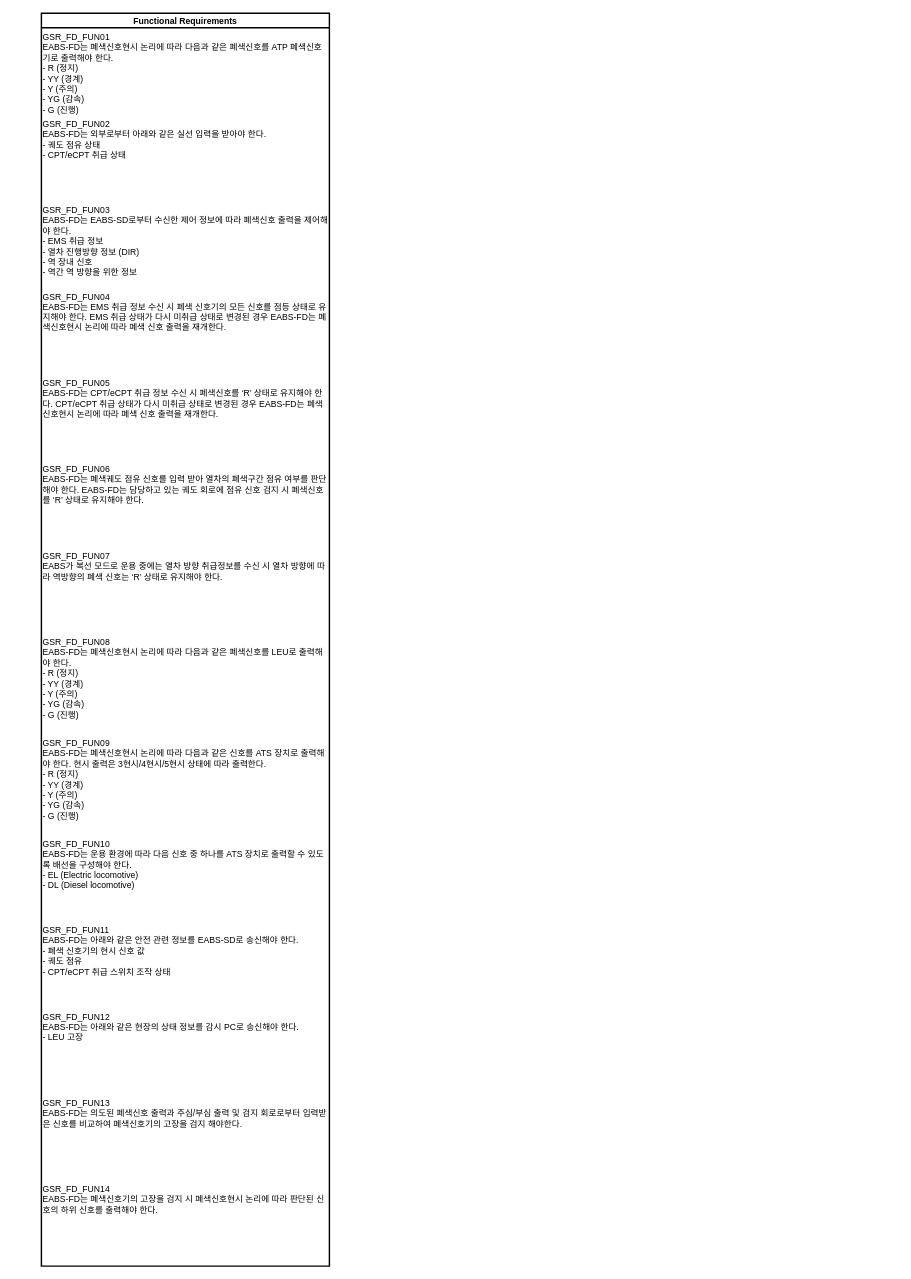
This is page "Blocking signal control(FD)" (6 of 7) of EABS_SIL4/FCPU/SRS_to_Block_Diagram00.drawio from chillin2/MyDraw.io, a draw.io file, before an edit. Source tidied: cells renumbered, new cells numbered last; positions are measured from the earlier drawing's top-left corner, leaving out a move shared by most shapes. Both pictures are drawn from the tidied source at 72%, with x=0, y=0 at pixel (41, 13).
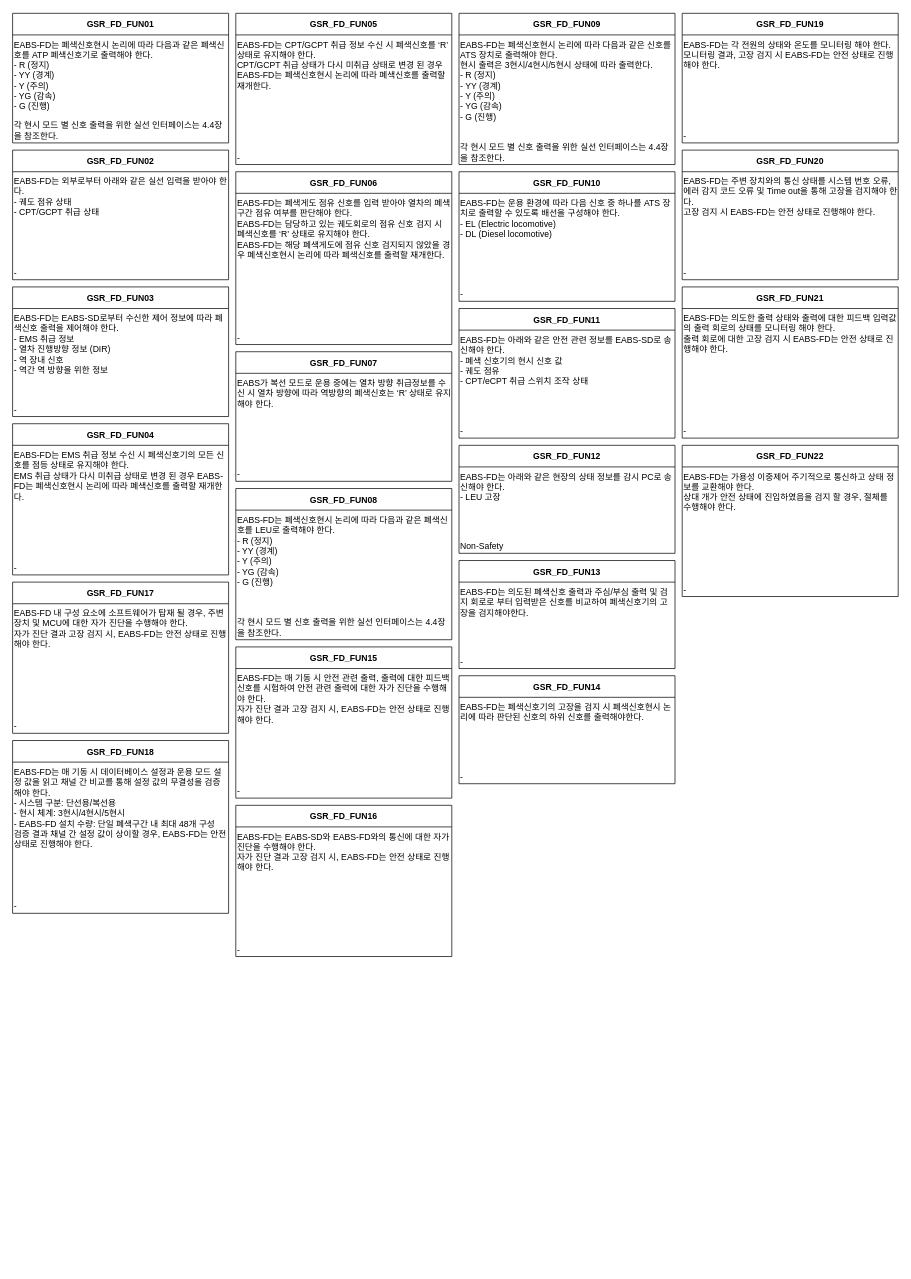
The same page after the edit.

What changed in the source:
```diff
@@
-    <mxCell id="2" value="Functional Requirements" style="swimlane;horizontal=1;startSize=20;strokeWidth=2;" parent="1" vertex="1">
-      <mxGeometry width="400" height="1740" as="geometry" />
-    </mxCell>
-    <mxCell id="3" value="GSR_FD_FUN01&#10;EABS-FD는 폐색신호현시 논리에 따라 다음과 같은 폐색신호를 ATP 폐색신호기로 출력해야 한다.&#10;- R (정지)&#10;- YY (경계)&#10;- Y (주의)&#10;- YG (감속)&#10;- G (진행)" style="text;strokeColor=none;fillColor=none;whiteSpace=wrap;" parent="2" vertex="1">
-      <mxGeometry y="20" width="400" height="120" as="geometry" />
-    </mxCell>
-    <mxCell id="4" value="GSR_FD_FUN02&#10;EABS-FD는 외부로부터 아래와 같은 실선 입력을 받아야 한다.&#10;- 궤도 점유 상태&#10;- CPT/eCPT 취급 상태" style="text;strokeColor=none;fillColor=none;whiteSpace=wrap;" parent="2" vertex="1">
-      <mxGeometry y="140" width="400" height="120" as="geometry" />
-    </mxCell>
-    <mxCell id="5" value="GSR_FD_FUN03&#10;EABS-FD는 EABS-SD로부터 수신한 제어 정보에 따라 폐색신호 출력을 제어해야 한다.&#10;- EMS 취급 정보&#10;- 열차 진행방향 정보 (DIR)&#10;- 역 장내 신호&#10;- 역간 역 방향을 위한 정보" style="text;strokeColor=none;fillColor=none;whiteSpace=wrap;" parent="2" vertex="1">
-      <mxGeometry y="260" width="400" height="120" as="geometry" />
-    </mxCell>
-    <mxCell id="6" value="GSR_FD_FUN04&#10;EABS-FD는 EMS 취급 정보 수신 시 폐색 신호기의 모든 신호를 점등 상태로 유지해야 한다. EMS 취급 상태가 다시 미취급 상태로 변경된 경우 EABS-FD는 폐색신호현시 논리에 따라 폐색 신호 출력을 재개한다." style="text;strokeColor=none;fillColor=none;whiteSpace=wrap;" parent="2" vertex="1">
-      <mxGeometry y="380" width="400" height="120" as="geometry" />
-    </mxCell>
-    <mxCell id="7" value="GSR_FD_FUN05&#10;EABS-FD는 CPT/eCPT 취급 정보 수신 시 폐색신호를 ‘R’ 상태로 유지해야 한다. CPT/eCPT 취급 상태가 다시 미취급 상태로 변경된 경우 EABS-FD는 폐색신호현시 논리에 따라 폐색 신호 출력을 재개한다." style="text;strokeColor=none;fillColor=none;whiteSpace=wrap;" parent="2" vertex="1">
-      <mxGeometry y="500" width="400" height="120" as="geometry" />
-    </mxCell>
-    <mxCell id="8" value="GSR_FD_FUN06&#10;EABS-FD는 폐색궤도 점유 신호를 입력 받아 열차의 폐색구간 점유 여부를 판단해야 한다. EABS-FD는 담당하고 있는 궤도 회로에 점유 신호 검지 시 폐색신호를 ‘R’ 상태로 유지해야 한다." style="text;strokeColor=none;fillColor=none;whiteSpace=wrap;" parent="2" vertex="1">
-      <mxGeometry y="620" width="400" height="120" as="geometry" />
-    </mxCell>
-    <mxCell id="9" value="GSR_FD_FUN07&#10;EABS가 복선 모드로 운용 중에는 열차 방향 취급정보를 수신 시 열차 방향에 따라 역방향의 폐색 신호는 ‘R’ 상태로 유지해야 한다." style="text;strokeColor=none;fillColor=none;whiteSpace=wrap;" parent="2" vertex="1">
-      <mxGeometry y="740" width="400" height="120" as="geometry" />
-    </mxCell>
-    <mxCell id="10" value="GSR_FD_FUN08&#10;EABS-FD는 폐색신호현시 논리에 따라 다음과 같은 폐색신호를 LEU로 출력해야 한다.&#10;- R (정지)&#10;- YY (경계)&#10;- Y (주의)&#10;- YG (감속)&#10;- G (진행)" style="text;strokeColor=none;fillColor=none;whiteSpace=wrap;" parent="2" vertex="1">
-      <mxGeometry y="860" width="400" height="140" as="geometry" />
-    </mxCell>
-    <mxCell id="11" value="GSR_FD_FUN09&#10;EABS-FD는 폐색신호현시 논리에 따라 다음과 같은 신호를 ATS 장치로 출력해야 한다. 현시 출력은 3현시/4현시/5현시 상태에 따라 출력한다.&#10;- R (정지)&#10;- YY (경계)&#10;- Y (주의)&#10;- YG (감속)&#10;- G (진행)" style="text;strokeColor=none;fillColor=none;whiteSpace=wrap;" parent="2" vertex="1">
-      <mxGeometry y="1000" width="400" height="140" as="geometry" />
-    </mxCell>
-    <mxCell id="12" value="GSR_FD_FUN10&#10;EABS-FD는 운용 환경에 따라 다음 신호 중 하나를 ATS 장치로 출력할 수 있도록 배선을 구성해야 한다.&#10;- EL (Electric locomotive)&#10;- DL (Diesel locomotive)" style="text;strokeColor=none;fillColor=none;whiteSpace=wrap;" parent="2" vertex="1">
-      <mxGeometry y="1140" width="400" height="120" as="geometry" />
-    </mxCell>
-    <mxCell id="13" value="GSR_FD_FUN11&#10;EABS-FD는 아래와 같은 안전 관련 정보를 EABS-SD로 송신해야 한다.&#10;- 폐색 신호기의 현시 신호 값&#10;- 궤도 점유&#10;- CPT/eCPT 취급 스위치 조작 상태" style="text;strokeColor=none;fillColor=none;whiteSpace=wrap;" parent="2" vertex="1">
-      <mxGeometry y="1260" width="400" height="120" as="geometry" />
-    </mxCell>
-    <mxCell id="14" value="GSR_FD_FUN12&#10;EABS-FD는 아래와 같은 현장의 상태 정보를 감시 PC로 송신해야 한다.&#10;- LEU 고장" style="text;strokeColor=none;fillColor=none;whiteSpace=wrap;" parent="2" vertex="1">
-      <mxGeometry y="1380" width="400" height="120" as="geometry" />
-    </mxCell>
-    <mxCell id="15" value="GSR_FD_FUN13&#10;EABS-FD는 의도된 폐색신호 출력과 주심/부심 출력 및 검지 회로로부터 입력받은 신호를 비교하여 폐색신호기의 고장을 검지 해야한다." style="text;strokeColor=none;fillColor=none;whiteSpace=wrap;" parent="2" vertex="1">
-      <mxGeometry y="1500" width="400" height="120" as="geometry" />
-    </mxCell>
-    <mxCell id="16" value="GSR_FD_FUN14&#10;EABS-FD는 폐색신호기의 고장을 검지 시 폐색신호현시 논리에 따라 판단된 신호의 하위 신호를 출력해야 한다." style="text;strokeColor=none;fillColor=none;whiteSpace=wrap;" parent="2" vertex="1">
-      <mxGeometry y="1620" width="400" height="120" as="geometry" />
-    </mxCell>
+    <mxCell id="17" value="GSR_FD_FUN01" style="swimlane;horizontal=1;startSize=30;" parent="1" vertex="1">
+      <mxGeometry x="-40" width="300" height="180" as="geometry" />
+    </mxCell>
+    <mxCell id="18" value="EABS-FD는 폐색신호현시 논리에 따라 다음과 같은 폐색신호를 ATP 폐색신호기로 출력해야 한다.&#10;- R (정지)&#10;- YY (경계)&#10;- Y (주의)&#10;- YG (감속)&#10;- G (진행)" style="text;strokeColor=none;fillColor=none;whiteSpace=wrap;" parent="17" vertex="1">
+      <mxGeometry y="30" width="300" height="120" as="geometry" />
+    </mxCell>
+    <mxCell id="19" value="각 현시 모드 별 신호 출력을 위한 실선 인터페이스는 4.4장을 참조한다." style="text;strokeColor=none;fillColor=none;whiteSpace=wrap;verticalAlign=bottom;" parent="17" vertex="1">
+      <mxGeometry y="150" width="300" height="30" as="geometry" />
+    </mxCell>
+    <mxCell id="20" value="GSR_FD_FUN02" style="swimlane;horizontal=1;startSize=30;" parent="1" vertex="1">
+      <mxGeometry x="-40" y="190" width="300" height="180" as="geometry" />
+    </mxCell>
+    <mxCell id="21" value="EABS-FD는 외부로부터 아래와 같은 실선 입력을 받아야 한다.&#10;- 궤도 점유 상태&#10;- CPT/GCPT 취급 상태" style="text;strokeColor=none;fillColor=none;whiteSpace=wrap;" parent="20" vertex="1">
+      <mxGeometry y="30" width="300" height="120" as="geometry" />
+    </mxCell>
+    <mxCell id="22" value="-" style="text;strokeColor=none;fillColor=none;whiteSpace=wrap;verticalAlign=bottom;" parent="20" vertex="1">
+      <mxGeometry y="150" width="300" height="30" as="geometry" />
+    </mxCell>
+    <mxCell id="23" value="GSR_FD_FUN03" style="swimlane;horizontal=1;startSize=30;" parent="1" vertex="1">
+      <mxGeometry x="-40" y="380" width="300" height="180" as="geometry" />
+    </mxCell>
+    <mxCell id="24" value="EABS-FD는 EABS-SD로부터 수신한 제어 정보에 따라 폐색신호 출력을 제어해야 한다.&#10;- EMS 취급 정보&#10;- 열차 진행방향 정보 (DIR)&#10;- 역 장내 신호&#10;- 역간 역 방향을 위한 정보" style="text;strokeColor=none;fillColor=none;whiteSpace=wrap;" parent="23" vertex="1">
+      <mxGeometry y="30" width="300" height="120" as="geometry" />
+    </mxCell>
+    <mxCell id="25" value="-" style="text;strokeColor=none;fillColor=none;whiteSpace=wrap;verticalAlign=bottom;" parent="23" vertex="1">
+      <mxGeometry y="150" width="300" height="30" as="geometry" />
+    </mxCell>
+    <mxCell id="26" value="GSR_FD_FUN04" style="swimlane;horizontal=1;startSize=30;" parent="1" vertex="1">
+      <mxGeometry x="-40" y="570" width="300" height="210" as="geometry" />
+    </mxCell>
+    <mxCell id="27" value="EABS-FD는 EMS 취급 정보 수신 시 폐색신호기의 모든 신호를 점등 상태로 유지해야 한다.&#10;EMS 취급 상태가 다시 미취급 상태로 변경 된 경우 EABS-FD는 폐색신호현시 논리에 따라 폐색신호를 출력할 재개한다." style="text;strokeColor=none;fillColor=none;whiteSpace=wrap;" parent="26" vertex="1">
+      <mxGeometry y="30" width="300" height="150" as="geometry" />
+    </mxCell>
+    <mxCell id="28" value="-" style="text;strokeColor=none;fillColor=none;whiteSpace=wrap;verticalAlign=bottom;" parent="26" vertex="1">
+      <mxGeometry y="180" width="300" height="30" as="geometry" />
+    </mxCell>
+    <mxCell id="29" value="GSR_FD_FUN05" style="swimlane;horizontal=1;startSize=30;" parent="1" vertex="1">
+      <mxGeometry x="270" width="300" height="210" as="geometry" />
+    </mxCell>
+    <mxCell id="30" value="EABS-FD는 CPT/GCPT 취급 정보 수신 시 폐색신호를 ‘R’ 상태로 유지해야 한다.&#10;CPT/GCPT 취급 상태가 다시 미취급 상태로 변경 된 경우 EABS-FD는 폐색신호현시 논리에 따라 폐색신호를 출력할 재개한다." style="text;strokeColor=none;fillColor=none;whiteSpace=wrap;" parent="29" vertex="1">
+      <mxGeometry y="30" width="300" height="150" as="geometry" />
+    </mxCell>
+    <mxCell id="31" value="-" style="text;strokeColor=none;fillColor=none;whiteSpace=wrap;verticalAlign=bottom;" parent="29" vertex="1">
+      <mxGeometry y="180" width="300" height="30" as="geometry" />
+    </mxCell>
+    <mxCell id="32" value="GSR_FD_FUN06" style="swimlane;horizontal=1;startSize=30;" parent="1" vertex="1">
+      <mxGeometry x="270" y="220" width="300" height="240" as="geometry" />
+    </mxCell>
+    <mxCell id="33" value="EABS-FD는 폐색게도 점유 신호를 입력 받아야 열차의 폐색구간 점유 여부를 판단해야 한다.&#10;EABS-FD는 담당하고 있는 궤도회로의 점유 신호 검지 시 폐색신호를 ‘R’ 상태로 유지해야 한다.&#10;EABS-FD는 해당 폐색게도에 점유 신호 검지되지 않았을 경우 폐색신호현시 논리에 따라 폐색신호를 출력할 재개한다." style="text;strokeColor=none;fillColor=none;whiteSpace=wrap;" parent="32" vertex="1">
+      <mxGeometry y="30" width="300" height="180" as="geometry" />
+    </mxCell>
+    <mxCell id="34" value="-" style="text;strokeColor=none;fillColor=none;whiteSpace=wrap;verticalAlign=bottom;" parent="32" vertex="1">
+      <mxGeometry y="210" width="300" height="30" as="geometry" />
+    </mxCell>
+    <mxCell id="35" value="GSR_FD_FUN07" style="swimlane;horizontal=1;startSize=30;" parent="1" vertex="1">
+      <mxGeometry x="270" y="470" width="300" height="180" as="geometry" />
+    </mxCell>
+    <mxCell id="36" value="EABS가 복선 모드로 운용 중에는 열차 방향 취급정보를 수신 시 열차 방향에 따라 역방향의 폐색신호는 ‘R’ 상태로 유지해야 한다." style="text;strokeColor=none;fillColor=none;whiteSpace=wrap;" parent="35" vertex="1">
+      <mxGeometry y="30" width="300" height="120" as="geometry" />
+    </mxCell>
+    <mxCell id="37" value="-" style="text;strokeColor=none;fillColor=none;whiteSpace=wrap;verticalAlign=bottom;" parent="35" vertex="1">
+      <mxGeometry y="150" width="300" height="30" as="geometry" />
+    </mxCell>
+    <mxCell id="38" value="GSR_FD_FUN08" style="swimlane;horizontal=1;startSize=30;" parent="1" vertex="1">
+      <mxGeometry x="270" y="660" width="300" height="210" as="geometry" />
+    </mxCell>
+    <mxCell id="39" value="EABS-FD는 폐색신호현시 논리에 따라 다음과 같은 폐색신호를 LEU로 출력해야 한다.&#10;- R (정지)&#10;- YY (경계)&#10;- Y (주의)&#10;- YG (감속)&#10;- G (진행)" style="text;strokeColor=none;fillColor=none;whiteSpace=wrap;" parent="38" vertex="1">
+      <mxGeometry y="30" width="300" height="150" as="geometry" />
+    </mxCell>
+    <mxCell id="40" value="각 현시 모드 별 신호 출력을 위한 실선 인터페이스는 4.4장을 참조한다." style="text;strokeColor=none;fillColor=none;whiteSpace=wrap;verticalAlign=bottom;" parent="38" vertex="1">
+      <mxGeometry y="180" width="300" height="30" as="geometry" />
+    </mxCell>
+    <mxCell id="41" value="GSR_FD_FUN09" style="swimlane;horizontal=1;startSize=30;" parent="1" vertex="1">
+      <mxGeometry x="580" width="300" height="210" as="geometry" />
+    </mxCell>
+    <mxCell id="42" value="EABS-FD는 폐색신호현시 논리에 따라 다음과 같은 신호를 ATS 장치로 출력해야 한다.&#10;현시 출력은 3현시/4현시/5현시 상태에 따라 출력한다.&#10;- R (정지)&#10;- YY (경계)&#10;- Y (주의)&#10;- YG (감속)&#10;- G (진행)" style="text;strokeColor=none;fillColor=none;whiteSpace=wrap;" parent="41" vertex="1">
+      <mxGeometry y="30" width="300" height="150" as="geometry" />
+    </mxCell>
+    <mxCell id="43" value="각 현시 모드 별 신호 출력을 위한 실선 인터페이스는 4.4장을 참조한다." style="text;strokeColor=none;fillColor=none;whiteSpace=wrap;verticalAlign=bottom;" parent="41" vertex="1">
+      <mxGeometry y="180" width="300" height="30" as="geometry" />
+    </mxCell>
+    <mxCell id="44" value="GSR_FD_FUN10" style="swimlane;horizontal=1;startSize=30;" parent="1" vertex="1">
+      <mxGeometry x="580" y="220" width="300" height="180" as="geometry" />
+    </mxCell>
+    <mxCell id="45" value="EABS-FD는 운용 환경에 따라 다음 신호 중 하나를 ATS 장치로 출력할 수 있도록 배선을 구성해야 한다.&#10;- EL (Electric locomotive)&#10;- DL (Diesel locomotive)" style="text;strokeColor=none;fillColor=none;whiteSpace=wrap;" parent="44" vertex="1">
+      <mxGeometry y="30" width="300" height="120" as="geometry" />
+    </mxCell>
+    <mxCell id="46" value="-" style="text;strokeColor=none;fillColor=none;whiteSpace=wrap;verticalAlign=bottom;" parent="44" vertex="1">
+      <mxGeometry y="150" width="300" height="30" as="geometry" />
+    </mxCell>
+    <mxCell id="47" value="GSR_FD_FUN11" style="swimlane;horizontal=1;startSize=30;" parent="1" vertex="1">
+      <mxGeometry x="580" y="410" width="300" height="180" as="geometry" />
+    </mxCell>
+    <mxCell id="48" value="EABS-FD는 아래와 같은 안전 관련 정보를 EABS-SD로 송신해야 한다.&#10;- 폐색 신호기의 현시 신호 값&#10;- 궤도 점유&#10;- CPT/eCPT 취급 스위치 조작 상태" style="text;strokeColor=none;fillColor=none;whiteSpace=wrap;" parent="47" vertex="1">
+      <mxGeometry y="30" width="300" height="120" as="geometry" />
+    </mxCell>
+    <mxCell id="49" value="-" style="text;strokeColor=none;fillColor=none;whiteSpace=wrap;verticalAlign=bottom;" parent="47" vertex="1">
+      <mxGeometry y="150" width="300" height="30" as="geometry" />
+    </mxCell>
+    <mxCell id="50" value="GSR_FD_FUN12" style="swimlane;horizontal=1;startSize=30;" parent="1" vertex="1">
+      <mxGeometry x="580" y="600" width="300" height="150" as="geometry" />
+    </mxCell>
+    <mxCell id="51" value="EABS-FD는 아래와 같은 현장의 상태 정보를 감시 PC로 송신해야 한다.&#10;- LEU 고장" style="text;strokeColor=none;fillColor=none;whiteSpace=wrap;" parent="50" vertex="1">
+      <mxGeometry y="30" width="300" height="90" as="geometry" />
+    </mxCell>
+    <mxCell id="52" value="Non-Safety" style="text;strokeColor=none;fillColor=none;whiteSpace=wrap;verticalAlign=bottom;" parent="50" vertex="1">
+      <mxGeometry y="120" width="300" height="30" as="geometry" />
+    </mxCell>
+    <mxCell id="53" value="GSR_FD_FUN13" style="swimlane;horizontal=1;startSize=30;" parent="1" vertex="1">
+      <mxGeometry x="580" y="760" width="300" height="150" as="geometry" />
+    </mxCell>
+    <mxCell id="54" value="EABS-FD는 의도된 폐색신호 출력과 주심/부심 출력 및 검지 회로로 부터 입력받은 신호를 비교하여 폐색신호기의 고장을 검지해야한다." style="text;strokeColor=none;fillColor=none;whiteSpace=wrap;" parent="53" vertex="1">
+      <mxGeometry y="30" width="300" height="90" as="geometry" />
+    </mxCell>
+    <mxCell id="55" value="-" style="text;strokeColor=none;fillColor=none;whiteSpace=wrap;verticalAlign=bottom;" parent="53" vertex="1">
+      <mxGeometry y="120" width="300" height="30" as="geometry" />
+    </mxCell>
+    <mxCell id="56" value="GSR_FD_FUN14" style="swimlane;horizontal=1;startSize=30;" parent="1" vertex="1">
+      <mxGeometry x="580" y="920" width="300" height="150" as="geometry" />
+    </mxCell>
+    <mxCell id="57" value="EABS-FD는 폐색신호기의 고장을 검지 시 폐색신호현시 논리에 따라 판단된 신호의 하위 신호를 출력해야한다." style="text;strokeColor=none;fillColor=none;whiteSpace=wrap;" parent="56" vertex="1">
+      <mxGeometry y="30" width="300" height="90" as="geometry" />
+    </mxCell>
+    <mxCell id="58" value="-" style="text;strokeColor=none;fillColor=none;whiteSpace=wrap;verticalAlign=bottom;" parent="56" vertex="1">
+      <mxGeometry y="120" width="300" height="30" as="geometry" />
+    </mxCell>
+    <mxCell id="59" value="GSR_FD_FUN15" style="swimlane;horizontal=1;startSize=30;" parent="1" vertex="1">
+      <mxGeometry x="270" y="880" width="300" height="210" as="geometry" />
+    </mxCell>
+    <mxCell id="60" value="EABS-FD는 매 기동 시 안전 관련 출력, 출력에 대한 피드백 신호를 시험하여 안전 관련 출력에 대한 자가 진단을 수행해야 한다.&#10;자가 진단 결과 고장 검지 시, EABS-FD는 안전 상태로 진행해야 한다." style="text;strokeColor=none;fillColor=none;whiteSpace=wrap;" parent="59" vertex="1">
+      <mxGeometry y="30" width="300" height="150" as="geometry" />
+    </mxCell>
+    <mxCell id="61" value="-" style="text;strokeColor=none;fillColor=none;whiteSpace=wrap;verticalAlign=bottom;" parent="59" vertex="1">
+      <mxGeometry y="180" width="300" height="30" as="geometry" />
+    </mxCell>
+    <mxCell id="62" value="GSR_FD_FUN16" style="swimlane;horizontal=1;startSize=30;" parent="1" vertex="1">
+      <mxGeometry x="270" y="1100" width="300" height="210" as="geometry" />
+    </mxCell>
+    <mxCell id="63" value="EABS-FD는 EABS-SD와 EABS-FD와의 통신에 대한 자가 진단을 수행해야 한다.&#10;자가 진단 결과 고장 검지 시, EABS-FD는 안전 상태로 진행해야 한다." style="text;strokeColor=none;fillColor=none;whiteSpace=wrap;" parent="62" vertex="1">
+      <mxGeometry y="30" width="300" height="150" as="geometry" />
+    </mxCell>
+    <mxCell id="64" value="-" style="text;strokeColor=none;fillColor=none;whiteSpace=wrap;verticalAlign=bottom;" parent="62" vertex="1">
+      <mxGeometry y="180" width="300" height="30" as="geometry" />
+    </mxCell>
+    <mxCell id="65" value="GSR_FD_FUN17" style="swimlane;horizontal=1;startSize=30;" parent="1" vertex="1">
+      <mxGeometry x="-40" y="790" width="300" height="210" as="geometry" />
+    </mxCell>
+    <mxCell id="66" value="EABS-FD 내 구성 요소에 소프트웨어가 탑재 될 경우, 주변 장치 및 MCU에 대한 자가 진단을 수행해야 한다.&#10;자가 진단 결과 고장 검지 시, EABS-FD는 안전 상태로 진행해야 한다." style="text;strokeColor=none;fillColor=none;whiteSpace=wrap;" parent="65" vertex="1">
+      <mxGeometry y="30" width="300" height="150" as="geometry" />
+    </mxCell>
+    <mxCell id="67" value="-" style="text;strokeColor=none;fillColor=none;whiteSpace=wrap;verticalAlign=bottom;" parent="65" vertex="1">
+      <mxGeometry y="180" width="300" height="30" as="geometry" />
+    </mxCell>
+    <mxCell id="68" value="GSR_FD_FUN18" style="swimlane;horizontal=1;startSize=30;" parent="1" vertex="1">
+      <mxGeometry x="-40" y="1010" width="300" height="240" as="geometry" />
+    </mxCell>
+    <mxCell id="69" value="EABS-FD는 매 기동 시 데이터베이스 설정과 운용 모드 설정 값을 읽고 채널 간 비교를 통해 설정 값의 무결성을 검증해야 한다.&#10;- 시스템 구분: 단선용/복선용&#10;- 현시 체계: 3현시/4현시/5현시&#10;- EABS-FD 설치 수량: 단일 폐색구간 내 최대 48개 구성&#10;검증 결과 채널 간 설정 값이 상이할 경우, EABS-FD는 안전 상태로 진행해야 한다." style="text;strokeColor=none;fillColor=none;whiteSpace=wrap;" parent="68" vertex="1">
+      <mxGeometry y="30" width="300" height="180" as="geometry" />
+    </mxCell>
+    <mxCell id="70" value="-" style="text;strokeColor=none;fillColor=none;whiteSpace=wrap;verticalAlign=bottom;" parent="68" vertex="1">
+      <mxGeometry y="210" width="300" height="30" as="geometry" />
+    </mxCell>
+    <mxCell id="71" value="GSR_FD_FUN19" style="swimlane;horizontal=1;startSize=30;" parent="1" vertex="1">
+      <mxGeometry x="890" width="300" height="180" as="geometry" />
+    </mxCell>
+    <mxCell id="72" value="EABS-FD는 각 전원의 상태와 온도를 모니터링 해야 한다.&#10;모니터링 결과, 고장 검지 시 EABS-FD는 안전 상태로 진행해야 한다." style="text;strokeColor=none;fillColor=none;whiteSpace=wrap;" parent="71" vertex="1">
+      <mxGeometry y="30" width="300" height="120" as="geometry" />
+    </mxCell>
+    <mxCell id="73" value="-" style="text;strokeColor=none;fillColor=none;whiteSpace=wrap;verticalAlign=bottom;" parent="71" vertex="1">
+      <mxGeometry y="150" width="300" height="30" as="geometry" />
+    </mxCell>
+    <mxCell id="74" value="GSR_FD_FUN20" style="swimlane;horizontal=1;startSize=30;" parent="1" vertex="1">
+      <mxGeometry x="890" y="190" width="300" height="180" as="geometry" />
+    </mxCell>
+    <mxCell id="75" value="EABS-FD는 주변 장치와의 통신 상태를 시스템 번호 오류, 에러 감지 코드 오류 및 Time out을 통해 고장을 검지해야 한다.&#10;고장 검지 시 EABS-FD는 안전 상태로 진행해야 한다." style="text;strokeColor=none;fillColor=none;whiteSpace=wrap;" parent="74" vertex="1">
+      <mxGeometry y="30" width="300" height="120" as="geometry" />
+    </mxCell>
+    <mxCell id="76" value="-" style="text;strokeColor=none;fillColor=none;whiteSpace=wrap;verticalAlign=bottom;" parent="74" vertex="1">
+      <mxGeometry y="150" width="300" height="30" as="geometry" />
+    </mxCell>
+    <mxCell id="77" value="GSR_FD_FUN21" style="swimlane;horizontal=1;startSize=30;" parent="1" vertex="1">
+      <mxGeometry x="890" y="380" width="300" height="210" as="geometry" />
+    </mxCell>
+    <mxCell id="78" value="EABS-FD는 의도한 출력 상태와 출력에 대한 피드백 입력값의 출력 회로의 상태를 모니터링 해야 한다.&#10;출력 회로에 대한 고장 검지 시 EABS-FD는 안전 상태로 진행해야 한다." style="text;strokeColor=none;fillColor=none;whiteSpace=wrap;" parent="77" vertex="1">
+      <mxGeometry y="30" width="300" height="150" as="geometry" />
+    </mxCell>
+    <mxCell id="79" value="-" style="text;strokeColor=none;fillColor=none;whiteSpace=wrap;verticalAlign=bottom;" parent="77" vertex="1">
+      <mxGeometry y="180" width="300" height="30" as="geometry" />
+    </mxCell>
+    <mxCell id="80" value="GSR_FD_FUN22" style="swimlane;horizontal=1;startSize=30;" parent="1" vertex="1">
+      <mxGeometry x="890" y="600" width="300" height="210" as="geometry" />
+    </mxCell>
+    <mxCell id="81" value="EABS-FD는 가용성 이중제어 주기적으로 통신하고 상태 정보를 교환해야 한다.&#10;상대 개가 안전 상태에 진입하였음을 검지 할 경우, 절체를 수행해야 한다." style="text;strokeColor=none;fillColor=none;whiteSpace=wrap;" parent="80" vertex="1">
+      <mxGeometry y="30" width="300" height="150" as="geometry" />
+    </mxCell>
+    <mxCell id="82" value="-" style="text;strokeColor=none;fillColor=none;whiteSpace=wrap;verticalAlign=bottom;" parent="80" vertex="1">
+      <mxGeometry y="180" width="300" height="30" as="geometry" />
+    </mxCell>
```
